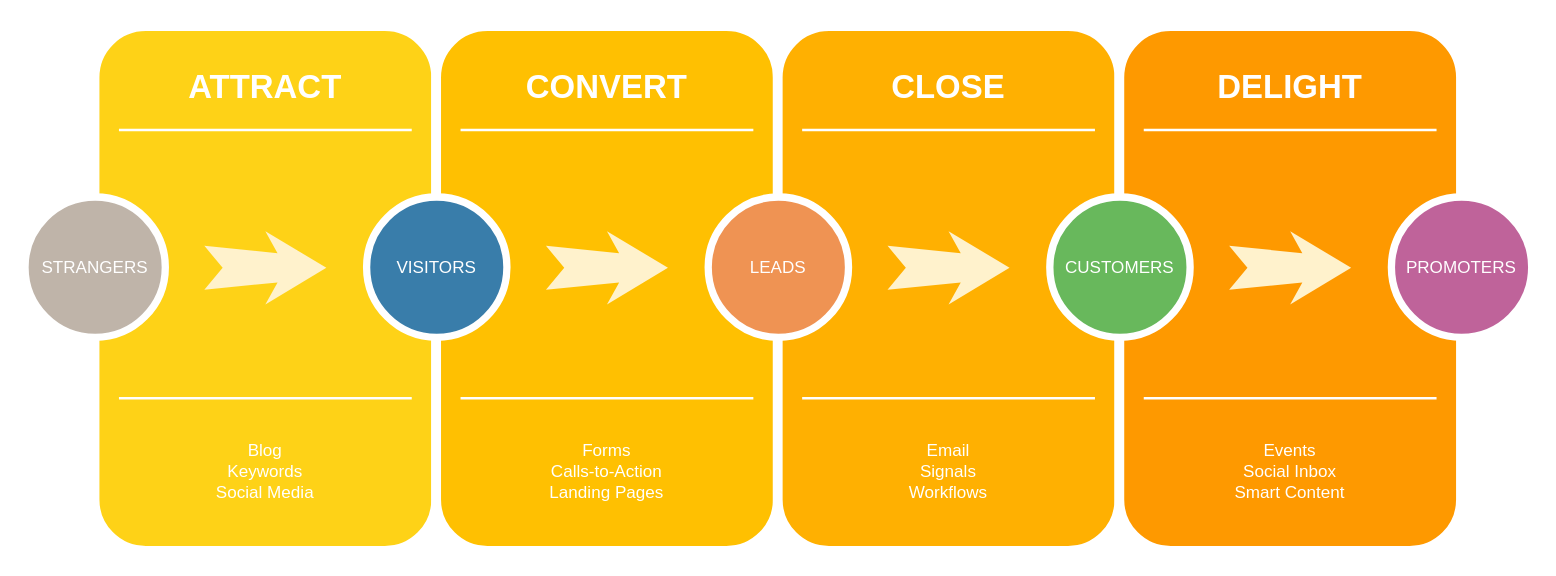
Adityacs001/snippet keeps this draw.io diagram as page "Page-1" (1 of 2) of centreofgravity.drawio. Above is the earlier version. Source tidied: cells renumbered, new cells numbered last; positions are measured from the earlier drawing's top-left corner, leaving out a move shared by most shapes. Both pictures are drawn from the tidied source at 122%, with x=0, y=0 at pixel (24, 26).
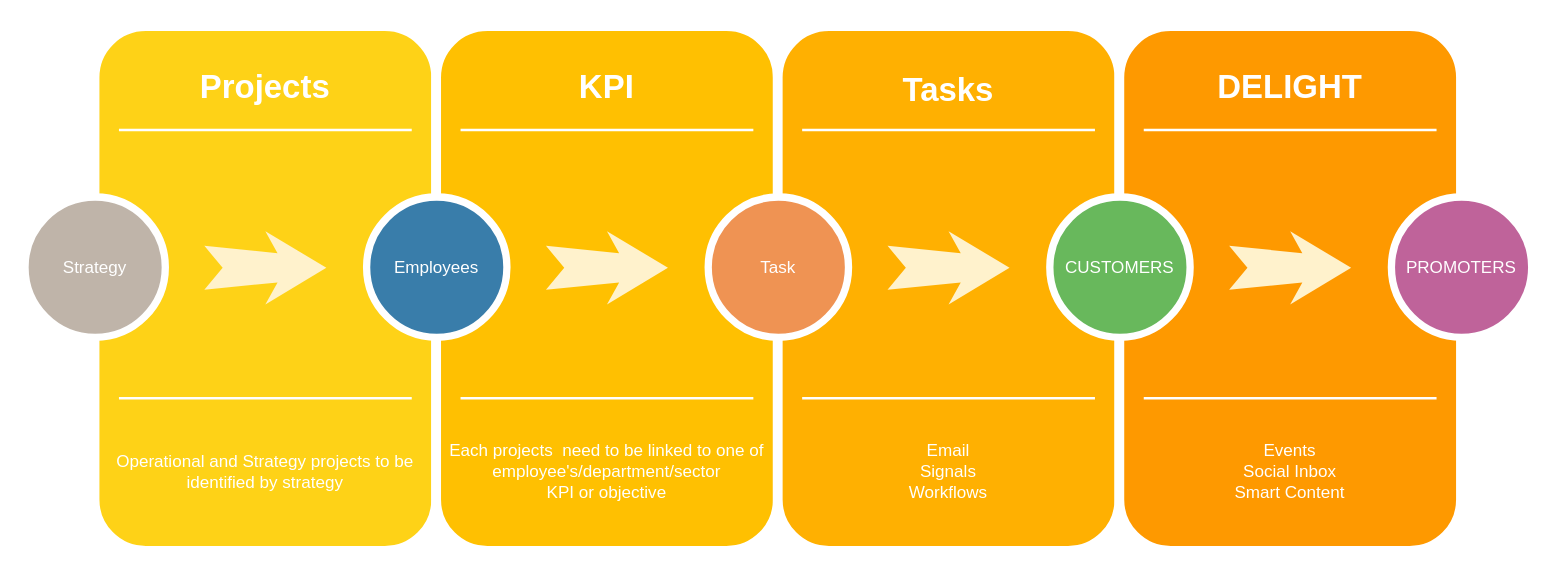
The same diagram, later.

What changed in the source:
```diff
@@
-    <mxCell id="3" value="ATTRACT" style="text;html=1;strokeColor=none;fillColor=none;align=center;verticalAlign=middle;whiteSpace=wrap;rounded=0;shadow=0;fontSize=27;fontColor=#FFFFFF;fontStyle=1;" parent="1" vertex="1">
+    <mxCell id="3" value="Projects" style="text;html=1;strokeColor=none;fillColor=none;align=center;verticalAlign=middle;whiteSpace=wrap;rounded=0;shadow=0;fontSize=27;fontColor=#FFFFFF;fontStyle=1;" parent="1" vertex="1">
       <mxGeometry x="57" y="20" width="280" height="60" as="geometry" />
     </mxCell>
-    <mxCell id="4" value="Blog&lt;div&gt;Keywords&lt;/div&gt;&lt;div&gt;Social Media&lt;/div&gt;" style="text;html=1;strokeColor=none;fillColor=none;align=center;verticalAlign=middle;whiteSpace=wrap;rounded=0;shadow=0;fontSize=14;fontColor=#FFFFFF;" parent="1" vertex="1">
+    <mxCell id="4" value="Operational and Strategy projects to be identified by strategy" style="text;html=1;strokeColor=none;fillColor=none;align=center;verticalAlign=middle;whiteSpace=wrap;rounded=0;shadow=0;fontSize=14;fontColor=#FFFFFF;" parent="1" vertex="1">
       <mxGeometry x="57" y="320" width="280" height="90" as="geometry" />
     </mxCell>
@@
-    <mxCell id="7" value="STRANGERS" style="ellipse;whiteSpace=wrap;html=1;rounded=0;shadow=0;strokeWidth=6;fontSize=14;align=center;fillColor=#BFB4A9;strokeColor=#FFFFFF;fontColor=#FFFFFF;" parent="1" vertex="1">
+    <mxCell id="7" value="Strategy" style="ellipse;whiteSpace=wrap;html=1;rounded=0;shadow=0;strokeWidth=6;fontSize=14;align=center;fillColor=#BFB4A9;strokeColor=#FFFFFF;fontColor=#FFFFFF;" parent="1" vertex="1">
       <mxGeometry y="140" width="115" height="115" as="geometry" />
     </mxCell>
@@
-    <mxCell id="10" value="CONVERT" style="text;html=1;strokeColor=none;fillColor=none;align=center;verticalAlign=middle;whiteSpace=wrap;rounded=0;shadow=0;fontSize=27;fontColor=#FFFFFF;fontStyle=1;" parent="1" vertex="1">
+    <mxCell id="10" value="KPI" style="text;html=1;strokeColor=none;fillColor=none;align=center;verticalAlign=middle;whiteSpace=wrap;rounded=0;shadow=0;fontSize=27;fontColor=#FFFFFF;fontStyle=1;" parent="1" vertex="1">
       <mxGeometry x="337" y="20" width="280" height="60" as="geometry" />
     </mxCell>
-    <mxCell id="11" value="Forms&lt;div&gt;Calls-to-Action&lt;/div&gt;&lt;div&gt;Landing Pages&lt;/div&gt;" style="text;html=1;strokeColor=none;fillColor=none;align=center;verticalAlign=middle;whiteSpace=wrap;rounded=0;shadow=0;fontSize=14;fontColor=#FFFFFF;" parent="1" vertex="1">
+    <mxCell id="11" value="Each projects&amp;nbsp; need to be linked to one of employee's/department/sector&lt;br&gt;KPI or objective" style="text;html=1;strokeColor=none;fillColor=none;align=center;verticalAlign=middle;whiteSpace=wrap;rounded=0;shadow=0;fontSize=14;fontColor=#FFFFFF;" parent="1" vertex="1">
       <mxGeometry x="337" y="320" width="280" height="90" as="geometry" />
     </mxCell>
@@
-    <mxCell id="14" value="VISITORS" style="ellipse;whiteSpace=wrap;html=1;rounded=0;shadow=0;strokeWidth=6;fontSize=14;align=center;fillColor=#397DAA;strokeColor=#FFFFFF;fontColor=#FFFFFF;" parent="1" vertex="1">
+    <mxCell id="14" value="Employees" style="ellipse;whiteSpace=wrap;html=1;rounded=0;shadow=0;strokeWidth=6;fontSize=14;align=center;fillColor=#397DAA;strokeColor=#FFFFFF;fontColor=#FFFFFF;" parent="1" vertex="1">
       <mxGeometry x="280" y="140" width="115" height="115" as="geometry" />
     </mxCell>
@@
-    <mxCell id="17" value="CLOSE" style="text;html=1;strokeColor=none;fillColor=none;align=center;verticalAlign=middle;whiteSpace=wrap;rounded=0;shadow=0;fontSize=27;fontColor=#FFFFFF;fontStyle=1;" parent="1" vertex="1">
-      <mxGeometry x="617" y="20" width="280" height="60" as="geometry" />
+    <mxCell id="17" value="Tasks" style="text;html=1;strokeColor=none;fillColor=none;align=center;verticalAlign=middle;whiteSpace=wrap;rounded=0;shadow=0;fontSize=27;fontColor=#FFFFFF;fontStyle=1;" parent="1" vertex="1">
+      <mxGeometry x="617" y="25" width="280" height="55" as="geometry" />
     </mxCell>
@@
-    <mxCell id="21" value="LEADS" style="ellipse;whiteSpace=wrap;html=1;rounded=0;shadow=0;strokeWidth=6;fontSize=14;align=center;fillColor=#EF9353;strokeColor=#FFFFFF;fontColor=#FFFFFF;" parent="1" vertex="1">
+    <mxCell id="21" value="Task" style="ellipse;whiteSpace=wrap;html=1;rounded=0;shadow=0;strokeWidth=6;fontSize=14;align=center;fillColor=#EF9353;strokeColor=#FFFFFF;fontColor=#FFFFFF;" parent="1" vertex="1">
       <mxGeometry x="560" y="140" width="115" height="115" as="geometry" />
     </mxCell>
```
